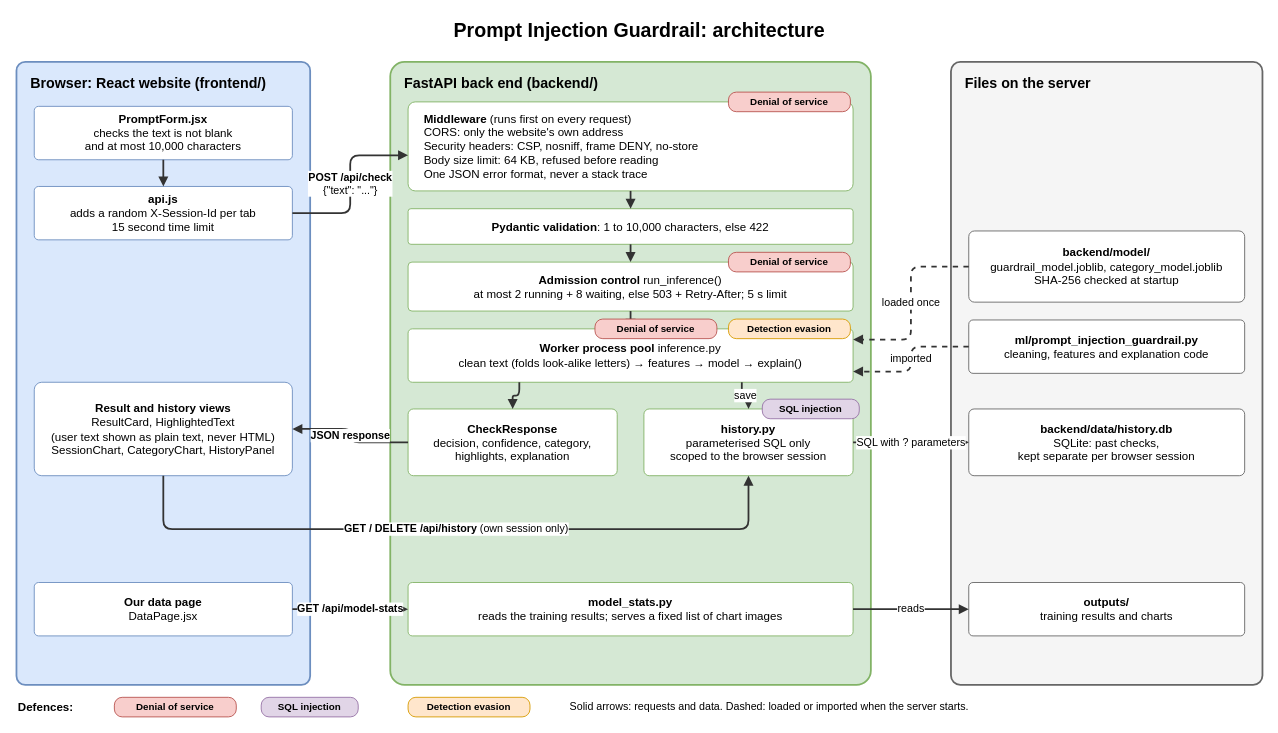
9zigzag9/guardrail keeps this draw.io diagram as docs/diagrams/architecture.drawio. Above is the earlier version. Source tidied: cells renumbered, new cells numbered last; positions are measured from the earlier drawing's top-left corner, leaving out a move shared by most shapes. Both pictures are drawn from the tidied source at 89%, with x=0, y=0 at pixel (16, 15).
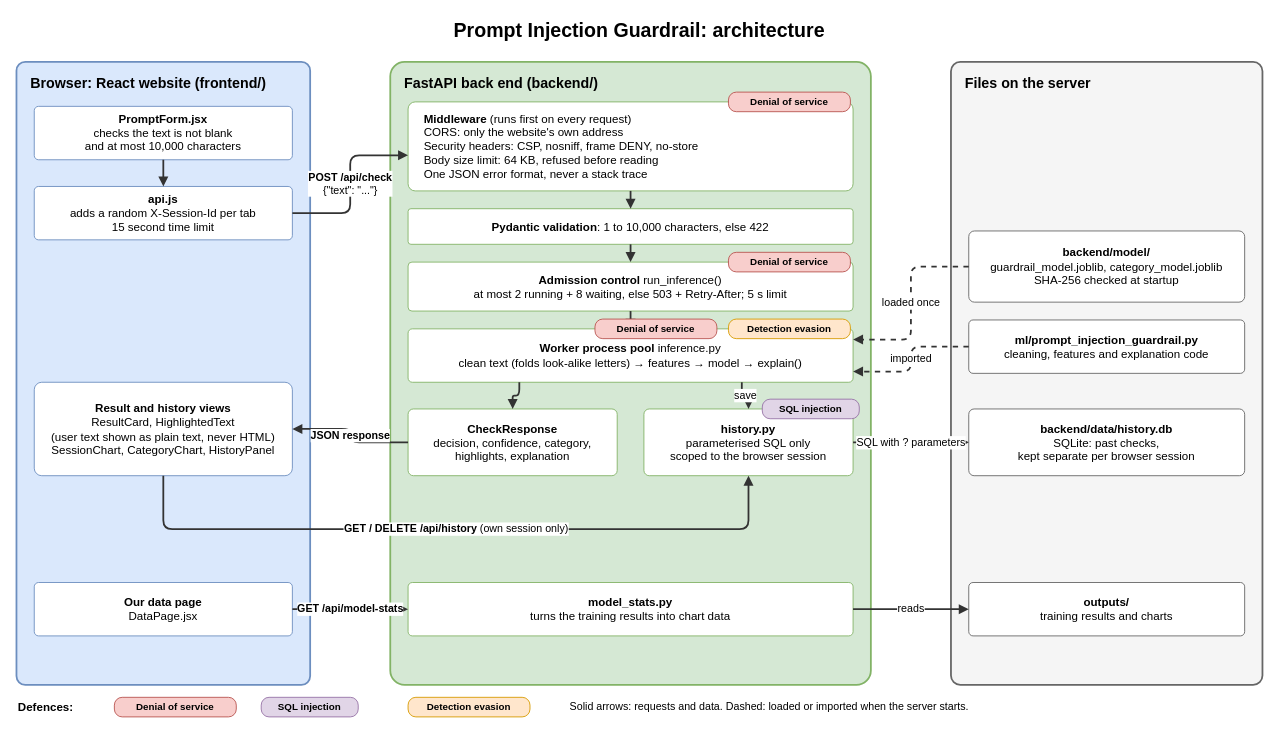
The same diagram, later.

Diff of the diagram source:
```diff
@@
-    <mxCell id="16" value="&lt;b&gt;model_stats.py&lt;/b&gt;&lt;br&gt;reads the training results; serves a fixed list of chart images" style="rounded=1;whiteSpace=wrap;html=1;arcSize=8;fontSize=13;spacing=6;fillColor=#ffffff;strokeColor=#82b366;" parent="1" vertex="1">
+    <mxCell id="16" value="&lt;b&gt;model_stats.py&lt;/b&gt;&lt;br&gt;turns the training results into chart data" style="rounded=1;whiteSpace=wrap;html=1;arcSize=8;fontSize=13;spacing=6;fillColor=#ffffff;strokeColor=#82b366;" parent="1" vertex="1">
       <mxGeometry x="440" y="637" width="500" height="60" as="geometry" />
     </mxCell>
```
